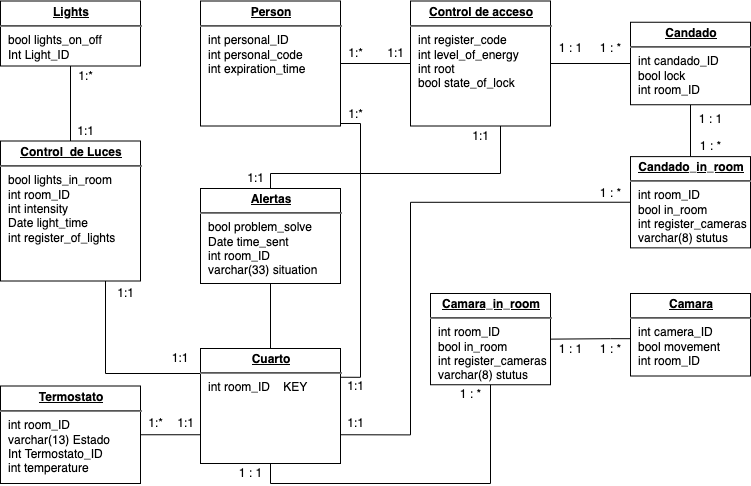
Above: act3/Tarea 3 en equipo.png in DemiurgeApeiron/A01028325-InternetOfThings (draw.io), before the change. Source tidied: cells renumbered, new cells last; positions are measured from the earlier drawing's top-left corner, leaving out a move shared by most shapes.
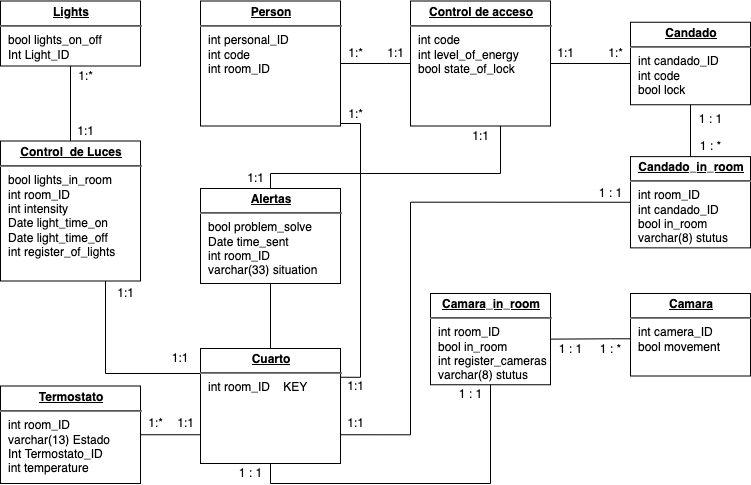
The same file after the commit.

What changed in the source:
```diff
@@ -2,7 +2,7 @@
   <root>
     <mxCell id="0" />
     <mxCell id="1" parent="0" />
-    <mxCell id="2" value="&lt;p style=&quot;margin: 0px ; margin-top: 4px ; text-align: center ; text-decoration: underline&quot;&gt;&lt;b&gt;Control&amp;nbsp; de Luces&lt;/b&gt;&lt;/p&gt;&lt;hr&gt;&lt;p style=&quot;margin: 0px ; margin-left: 8px&quot;&gt;bool lights_in_room&lt;/p&gt;&lt;p style=&quot;margin: 0px ; margin-left: 8px&quot;&gt;int room_ID&lt;/p&gt;&lt;p style=&quot;margin: 0px ; margin-left: 8px&quot;&gt;int intensity&lt;/p&gt;&lt;p style=&quot;margin: 0px ; margin-left: 8px&quot;&gt;Date light_time&lt;/p&gt;&lt;p style=&quot;margin: 0px ; margin-left: 8px&quot;&gt;int register_of_lights&lt;/p&gt;&lt;p style=&quot;margin: 0px ; margin-left: 8px&quot;&gt;&lt;br&gt;&lt;/p&gt;&lt;p style=&quot;margin: 0px ; margin-left: 8px&quot;&gt;&lt;br&gt;&lt;/p&gt;" style="verticalAlign=top;align=left;overflow=fill;fontSize=12;fontFamily=Helvetica;html=1;rounded=0;shadow=0;comic=0;labelBackgroundColor=none;strokeWidth=1;" parent="1" vertex="1">
+    <mxCell id="2" value="&lt;p style=&quot;margin: 0px ; margin-top: 4px ; text-align: center ; text-decoration: underline&quot;&gt;&lt;b&gt;Control&amp;nbsp; de Luces&lt;/b&gt;&lt;/p&gt;&lt;hr&gt;&lt;p style=&quot;margin: 0px ; margin-left: 8px&quot;&gt;bool lights_in_room&lt;/p&gt;&lt;p style=&quot;margin: 0px ; margin-left: 8px&quot;&gt;int room_ID&lt;/p&gt;&lt;p style=&quot;margin: 0px ; margin-left: 8px&quot;&gt;int intensity&lt;/p&gt;&lt;p style=&quot;margin: 0px ; margin-left: 8px&quot;&gt;Date light_time_on&lt;/p&gt;&lt;p style=&quot;margin: 0px ; margin-left: 8px&quot;&gt;Date light_time_off&lt;/p&gt;&lt;p style=&quot;margin: 0px ; margin-left: 8px&quot;&gt;int register_of_lights&lt;/p&gt;&lt;p style=&quot;margin: 0px ; margin-left: 8px&quot;&gt;&lt;br&gt;&lt;/p&gt;&lt;p style=&quot;margin: 0px ; margin-left: 8px&quot;&gt;&lt;br&gt;&lt;/p&gt;" style="verticalAlign=top;align=left;overflow=fill;fontSize=12;fontFamily=Helvetica;html=1;rounded=0;shadow=0;comic=0;labelBackgroundColor=none;strokeWidth=1;" parent="1" vertex="1">
       <mxGeometry y="139.5" width="140" height="140" as="geometry" />
     </mxCell>
     <mxCell id="3" style="edgeStyle=orthogonalEdgeStyle;rounded=0;jettySize=auto;html=1;entryX=0;entryY=0.75;entryDx=0;entryDy=0;verticalAlign=middle;endArrow=none;endFill=0;exitX=1;exitY=0.5;exitDx=0;exitDy=0;" parent="1" edge="1" source="25" target="7">
@@ -33,7 +33,7 @@
         </Array>
       </mxGeometry>
     </mxCell>
-    <mxCell id="9" value="&lt;p style=&quot;margin: 0px ; margin-top: 4px ; text-align: center ; text-decoration: underline&quot;&gt;&lt;b&gt;Control de acceso&lt;/b&gt;&lt;/p&gt;&lt;hr&gt;&lt;p style=&quot;margin: 0px ; margin-left: 8px&quot;&gt;int register_code&lt;/p&gt;&lt;p style=&quot;margin: 0px ; margin-left: 8px&quot;&gt;int level_of_energy&lt;/p&gt;&lt;p style=&quot;margin: 0px ; margin-left: 8px&quot;&gt;int root&lt;/p&gt;&lt;p style=&quot;margin: 0px ; margin-left: 8px&quot;&gt;bool state_of_lock&lt;/p&gt;&lt;p style=&quot;margin: 0px ; margin-left: 8px&quot;&gt;&lt;br&gt;&lt;/p&gt;" style="verticalAlign=top;align=left;overflow=fill;fontSize=12;fontFamily=Helvetica;html=1;rounded=0;shadow=0;comic=0;labelBackgroundColor=none;strokeWidth=1;" parent="1" vertex="1">
+    <mxCell id="9" value="&lt;p style=&quot;margin: 0px ; margin-top: 4px ; text-align: center ; text-decoration: underline&quot;&gt;&lt;b&gt;Control de acceso&lt;/b&gt;&lt;/p&gt;&lt;hr&gt;&lt;p style=&quot;margin: 0px ; margin-left: 8px&quot;&gt;int code&lt;/p&gt;&lt;p style=&quot;margin: 0px ; margin-left: 8px&quot;&gt;int level_of_energy&lt;/p&gt;&lt;p style=&quot;margin: 0px ; margin-left: 8px&quot;&gt;bool state_of_lock&lt;/p&gt;&lt;p style=&quot;margin: 0px ; margin-left: 8px&quot;&gt;&lt;br&gt;&lt;/p&gt;" style="verticalAlign=top;align=left;overflow=fill;fontSize=12;fontFamily=Helvetica;html=1;rounded=0;shadow=0;comic=0;labelBackgroundColor=none;strokeWidth=1;" parent="1" vertex="1">
       <mxGeometry x="410" y="-0.5" width="140" height="125" as="geometry" />
     </mxCell>
     <mxCell id="10" value="1:1" style="text;html=1;align=center;verticalAlign=middle;" parent="1" vertex="1">
@@ -62,7 +62,7 @@
         </Array>
       </mxGeometry>
     </mxCell>
-    <mxCell id="17" value="&lt;p style=&quot;margin: 0px ; margin-top: 4px ; text-align: center ; text-decoration: underline&quot;&gt;&lt;b&gt;Person&lt;/b&gt;&lt;/p&gt;&lt;hr&gt;&lt;p style=&quot;margin: 0px ; margin-left: 8px&quot;&gt;int personal_ID&lt;/p&gt;&lt;p style=&quot;margin: 0px ; margin-left: 8px&quot;&gt;int personal_code&lt;/p&gt;&lt;p style=&quot;margin: 0px ; margin-left: 8px&quot;&gt;int expiration_time&lt;/p&gt;" style="verticalAlign=top;align=left;overflow=fill;fontSize=12;fontFamily=Helvetica;html=1;rounded=0;shadow=0;comic=0;labelBackgroundColor=none;strokeWidth=1;" parent="1" vertex="1">
+    <mxCell id="17" value="&lt;p style=&quot;margin: 0px ; margin-top: 4px ; text-align: center ; text-decoration: underline&quot;&gt;&lt;b&gt;Person&lt;/b&gt;&lt;/p&gt;&lt;hr&gt;&lt;p style=&quot;margin: 0px ; margin-left: 8px&quot;&gt;int personal_ID&lt;/p&gt;&lt;p style=&quot;margin: 0px ; margin-left: 8px&quot;&gt;int code&lt;br&gt;&lt;/p&gt;&lt;p style=&quot;margin: 0px ; margin-left: 8px&quot;&gt;int room_ID&lt;br&gt;&lt;/p&gt;" style="verticalAlign=top;align=left;overflow=fill;fontSize=12;fontFamily=Helvetica;html=1;rounded=0;shadow=0;comic=0;labelBackgroundColor=none;strokeWidth=1;" parent="1" vertex="1">
       <mxGeometry x="200" y="-0.5" width="140" height="125" as="geometry" />
     </mxCell>
     <mxCell id="18" value="1:1" style="text;html=1;align=center;verticalAlign=middle;" parent="1" vertex="1">
@@ -93,7 +93,7 @@
         </Array>
       </mxGeometry>
     </mxCell>
-    <mxCell id="24" value="&lt;p style=&quot;margin: 0px ; margin-top: 4px ; text-align: center ; text-decoration: underline&quot;&gt;&lt;b&gt;Camara&lt;/b&gt;&lt;/p&gt;&lt;hr&gt;&lt;p style=&quot;margin: 0px ; margin-left: 8px&quot;&gt;int camera_ID&lt;/p&gt;&lt;p style=&quot;margin: 0px ; margin-left: 8px&quot;&gt;bool movement&lt;/p&gt;&lt;p style=&quot;margin: 0px ; margin-left: 8px&quot;&gt;int room_ID&lt;/p&gt;" style="verticalAlign=top;align=left;overflow=fill;fontSize=12;fontFamily=Helvetica;html=1;rounded=0;shadow=0;comic=0;labelBackgroundColor=none;strokeWidth=1;" parent="1" vertex="1">
+    <mxCell id="24" value="&lt;p style=&quot;margin: 0px ; margin-top: 4px ; text-align: center ; text-decoration: underline&quot;&gt;&lt;b&gt;Camara&lt;/b&gt;&lt;/p&gt;&lt;hr&gt;&lt;p style=&quot;margin: 0px ; margin-left: 8px&quot;&gt;int camera_ID&lt;/p&gt;&lt;p style=&quot;margin: 0px ; margin-left: 8px&quot;&gt;bool movement&lt;/p&gt;" style="verticalAlign=top;align=left;overflow=fill;fontSize=12;fontFamily=Helvetica;html=1;rounded=0;shadow=0;comic=0;labelBackgroundColor=none;strokeWidth=1;" parent="1" vertex="1">
       <mxGeometry x="630" y="292" width="120" height="82.5" as="geometry" />
     </mxCell>
     <mxCell id="25" value="&lt;p style=&quot;margin: 0px ; margin-top: 4px ; text-align: center ; text-decoration: underline&quot;&gt;&lt;b&gt;Termostato&lt;/b&gt;&lt;/p&gt;&lt;hr&gt;&lt;p style=&quot;margin: 0px ; margin-left: 8px&quot;&gt;int room_ID&lt;/p&gt;&lt;p style=&quot;margin: 0px ; margin-left: 8px&quot;&gt;varchar(13) Estado&lt;/p&gt;&lt;p style=&quot;margin: 0px ; margin-left: 8px&quot;&gt;Int Termostato_ID&lt;/p&gt;&lt;p style=&quot;margin: 0px ; margin-left: 8px&quot;&gt;int temperature&lt;/p&gt;" style="verticalAlign=top;align=left;overflow=fill;fontSize=12;fontFamily=Helvetica;html=1;rounded=0;shadow=0;comic=0;labelBackgroundColor=none;strokeWidth=1;" parent="1" vertex="1">
@@ -108,7 +108,7 @@
     <mxCell id="28" value="1 : 1" style="text;html=1;align=center;verticalAlign=middle;" parent="1" vertex="1">
       <mxGeometry x="230" y="462" width="40" height="20" as="geometry" />
     </mxCell>
-    <mxCell id="29" value="1 : *" style="text;html=1;align=center;verticalAlign=middle;" parent="1" vertex="1">
+    <mxCell id="29" value="1 : 1" style="text;html=1;align=center;verticalAlign=middle;" parent="1" vertex="1">
       <mxGeometry x="450" y="383.2" width="40" height="20" as="geometry" />
     </mxCell>
     <mxCell id="30" value="1:1" style="text;html=1;align=center;verticalAlign=middle;" parent="1" vertex="1">
@@ -129,7 +129,7 @@
     <mxCell id="35" style="edgeStyle=orthogonalEdgeStyle;rounded=0;jettySize=auto;html=1;exitX=0;exitY=0.5;exitDx=0;exitDy=0;entryX=1;entryY=0.5;entryDx=0;entryDy=0;endArrow=none;endFill=0;" parent="1" edge="1" source="36" target="9">
       <mxGeometry relative="1" as="geometry" />
     </mxCell>
-    <mxCell id="36" value="&lt;p style=&quot;margin: 0px ; margin-top: 4px ; text-align: center ; text-decoration: underline&quot;&gt;&lt;b&gt;Candado&lt;/b&gt;&lt;/p&gt;&lt;hr&gt;&lt;p style=&quot;margin: 0px ; margin-left: 8px&quot;&gt;int candado_ID&lt;/p&gt;&lt;p style=&quot;margin: 0px ; margin-left: 8px&quot;&gt;bool lock&lt;/p&gt;&lt;p style=&quot;margin: 0px ; margin-left: 8px&quot;&gt;int room_ID&lt;/p&gt;" style="verticalAlign=top;align=left;overflow=fill;fontSize=12;fontFamily=Helvetica;html=1;rounded=0;shadow=0;comic=0;labelBackgroundColor=none;strokeWidth=1;" parent="1" vertex="1">
+    <mxCell id="36" value="&lt;p style=&quot;margin: 0px ; margin-top: 4px ; text-align: center ; text-decoration: underline&quot;&gt;&lt;b&gt;Candado&lt;/b&gt;&lt;/p&gt;&lt;hr&gt;&lt;p style=&quot;margin: 0px ; margin-left: 8px&quot;&gt;int candado_ID&lt;/p&gt;&lt;p style=&quot;margin: 0px ; margin-left: 8px&quot;&gt;int code&lt;br&gt;&lt;/p&gt;&lt;p style=&quot;margin: 0px ; margin-left: 8px&quot;&gt;bool lock&lt;/p&gt;" style="verticalAlign=top;align=left;overflow=fill;fontSize=12;fontFamily=Helvetica;html=1;rounded=0;shadow=0;comic=0;labelBackgroundColor=none;strokeWidth=1;" parent="1" vertex="1">
       <mxGeometry x="630" y="20.8" width="120" height="82.5" as="geometry" />
     </mxCell>
     <mxCell id="37" value="1 : *" style="text;html=1;align=center;verticalAlign=middle;" parent="1" vertex="1">
@@ -143,17 +143,17 @@
         </Array>
       </mxGeometry>
     </mxCell>
-    <mxCell id="39" value="&lt;p style=&quot;margin: 0px ; margin-top: 4px ; text-align: center ; text-decoration: underline&quot;&gt;&lt;b&gt;Candado_in_room&lt;/b&gt;&lt;/p&gt;&lt;hr&gt;&lt;p style=&quot;margin: 0px ; margin-left: 8px&quot;&gt;int room_ID&lt;/p&gt;&lt;p style=&quot;margin: 0px ; margin-left: 8px&quot;&gt;bool in_room&lt;/p&gt;&lt;p style=&quot;margin: 0px ; margin-left: 8px&quot;&gt;int register_cameras&lt;/p&gt;&lt;p style=&quot;margin: 0px ; margin-left: 8px&quot;&gt;varchar(8) stutus&lt;br&gt;&lt;/p&gt;" style="verticalAlign=top;align=left;overflow=fill;fontSize=12;fontFamily=Helvetica;html=1;rounded=0;shadow=0;comic=0;labelBackgroundColor=none;strokeWidth=1;" parent="1" vertex="1">
+    <mxCell id="39" value="&lt;p style=&quot;margin: 0px ; margin-top: 4px ; text-align: center ; text-decoration: underline&quot;&gt;&lt;b&gt;Candado_in_room&lt;/b&gt;&lt;/p&gt;&lt;hr&gt;&lt;p style=&quot;margin: 0px ; margin-left: 8px&quot;&gt;int room_ID&lt;/p&gt;&lt;p style=&quot;margin: 0px ; margin-left: 8px&quot;&gt;int candado_ID&lt;/p&gt;&lt;p style=&quot;margin: 0px ; margin-left: 8px&quot;&gt;bool in_room&lt;/p&gt;&lt;p style=&quot;margin: 0px ; margin-left: 8px&quot;&gt;varchar(8) stutus&lt;br&gt;&lt;/p&gt;" style="verticalAlign=top;align=left;overflow=fill;fontSize=12;fontFamily=Helvetica;html=1;rounded=0;shadow=0;comic=0;labelBackgroundColor=none;strokeWidth=1;" parent="1" vertex="1">
       <mxGeometry x="630" y="155.1" width="120" height="91.2" as="geometry" />
     </mxCell>
     <mxCell id="40" value="1 : 1" style="text;html=1;align=center;verticalAlign=middle;" parent="1" vertex="1">
       <mxGeometry x="690" y="108.2" width="40" height="20" as="geometry" />
     </mxCell>
-    <mxCell id="41" value="1 : 1" style="text;html=1;align=center;verticalAlign=middle;" parent="1" vertex="1">
-      <mxGeometry x="550" y="37" width="40" height="20" as="geometry" />
+    <mxCell id="41" value="1:1" style="text;html=1;align=center;verticalAlign=middle;" parent="1" vertex="1">
+      <mxGeometry x="550" y="42" width="30" height="20" as="geometry" />
     </mxCell>
-    <mxCell id="42" value="1 : *" style="text;html=1;align=center;verticalAlign=middle;" parent="1" vertex="1">
-      <mxGeometry x="590" y="37" width="40" height="20" as="geometry" />
+    <mxCell id="42" value="1:*" style="text;html=1;align=center;verticalAlign=middle;" parent="1" vertex="1">
+      <mxGeometry x="600" y="42" width="30" height="20" as="geometry" />
     </mxCell>
     <mxCell id="43" value="1:1" style="text;html=1;align=center;verticalAlign=middle;" parent="1" vertex="1">
       <mxGeometry x="340" y="374.5" width="30" height="20" as="geometry" />
@@ -164,7 +164,7 @@
     <mxCell id="45" value="1:1" style="text;html=1;align=center;verticalAlign=middle;" parent="1" vertex="1">
       <mxGeometry x="340" y="412" width="30" height="20" as="geometry" />
     </mxCell>
-    <mxCell id="46" value="1 : *" style="text;html=1;align=center;verticalAlign=middle;" parent="1" vertex="1">
+    <mxCell id="46" value="1 : 1" style="text;html=1;align=center;verticalAlign=middle;" parent="1" vertex="1">
       <mxGeometry x="590" y="182" width="40" height="20" as="geometry" />
     </mxCell>
   </root>
```
